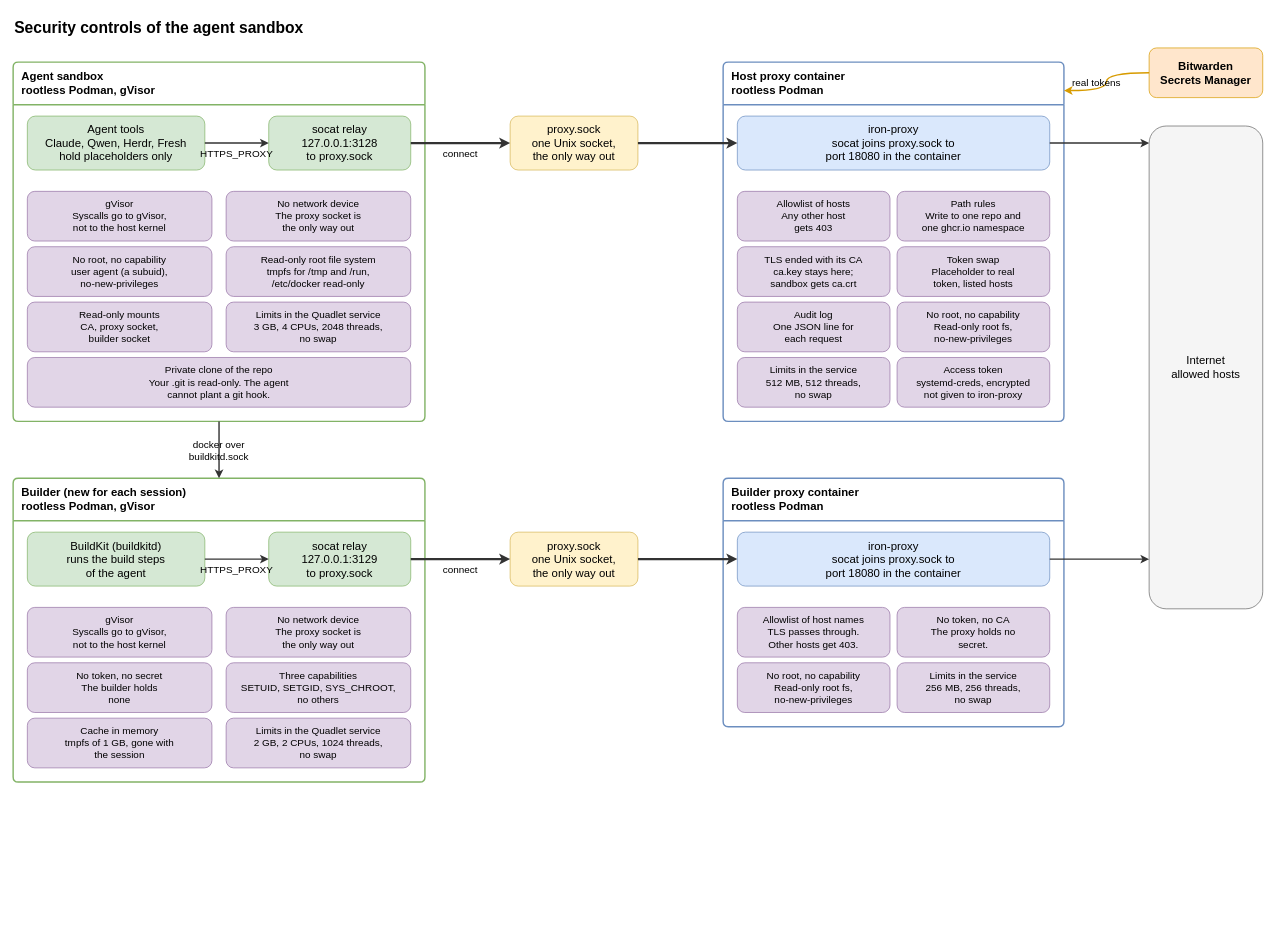
raghav19/engineersdaybook keeps this draw.io diagram as .sandbox/docs/diagrams/security-controls.drawio. Above is the earlier version. Source tidied: cells renumbered, new cells numbered last; positions are measured from the earlier drawing's top-left corner, leaving out a move shared by most shapes. Both pictures are drawn from the tidied source at 71%, with x=0, y=0 at pixel (13, 12).
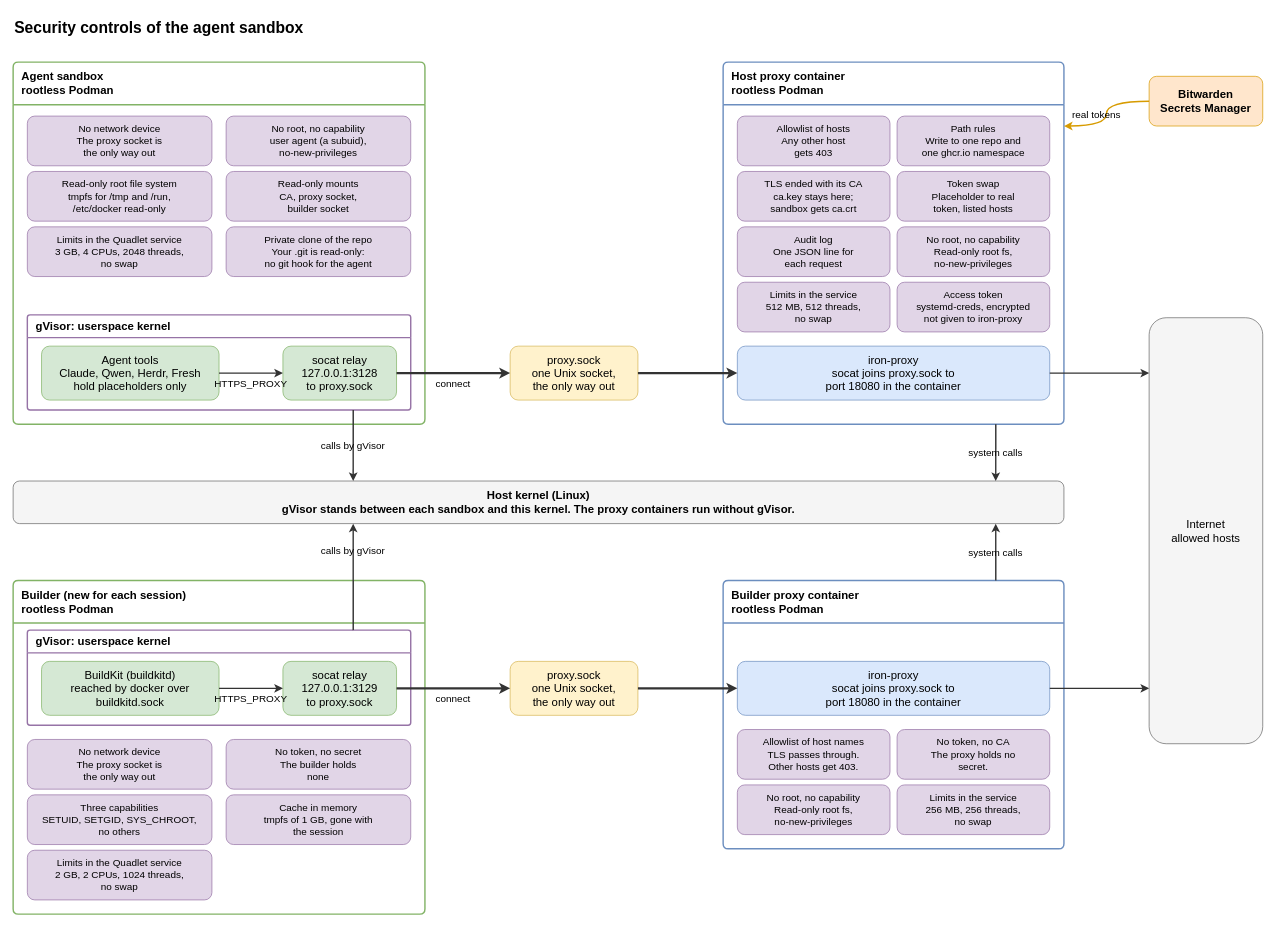
Above is the later version.

Commit message (it also covers changes not shown here):
sandbox: show gVisor and the host kernel in the controls diagram

Each sandbox now has a gVisor box (userspace kernel) around the tools
and the relay. A separate Host kernel box shows that the sandboxes reach
the kernel only through gVisor and that the proxy containers run without
gVisor.

The edit, as a diff of the source:
```diff
@@
-    <mxCell id="3" value="Agent sandbox&#10;rootless Podman, gVisor" style="swimlane;rounded=1;arcSize=4;startSize=60;whiteSpace=wrap;html=0;fontSize=16;fillColor=#ffffff;strokeColor=#82b366;align=left;spacingLeft=10;strokeWidth=2;" parent="1" vertex="1">
-      <mxGeometry y="70" width="580" height="506" as="geometry" />
+    <mxCell id="3" value="Agent sandbox&#10;rootless Podman" style="swimlane;rounded=1;arcSize=4;startSize=60;whiteSpace=wrap;html=0;fontSize=16;fillColor=#ffffff;strokeColor=#82b366;align=left;spacingLeft=10;strokeWidth=2;" parent="1" vertex="1">
+      <mxGeometry y="70" width="580" height="510" as="geometry" />
     </mxCell>
+    <mxCell id="5" value="Host proxy container&#10;rootless Podman" style="swimlane;rounded=1;arcSize=4;startSize=60;whiteSpace=wrap;html=0;fontSize=16;fillColor=#ffffff;strokeColor=#6c8ebf;align=left;spacingLeft=10;strokeWidth=2;" parent="1" vertex="1">
+      <mxGeometry x="1000" y="70" width="480" height="510" as="geometry" />
+    </mxCell>
-    <mxCell id="4" value="Builder (new for each session)&#10;rootless Podman, gVisor" style="swimlane;rounded=1;arcSize=4;startSize=60;whiteSpace=wrap;html=0;fontSize=16;fillColor=#ffffff;strokeColor=#82b366;align=left;spacingLeft=10;strokeWidth=2;" parent="1" vertex="1">
-      <mxGeometry y="656" width="580" height="428" as="geometry" />
+    <mxCell id="4" value="Builder (new for each session)&#10;rootless Podman" style="swimlane;rounded=1;arcSize=4;startSize=60;whiteSpace=wrap;html=0;fontSize=16;fillColor=#ffffff;strokeColor=#82b366;align=left;spacingLeft=10;strokeWidth=2;" parent="1" vertex="1">
+      <mxGeometry y="800" width="580" height="470" as="geometry" />
     </mxCell>
-    <mxCell id="5" value="Host proxy container&#10;rootless Podman" style="swimlane;rounded=1;arcSize=4;startSize=60;whiteSpace=wrap;html=0;fontSize=16;fillColor=#ffffff;strokeColor=#6c8ebf;align=left;spacingLeft=10;strokeWidth=2;" parent="1" vertex="1">
-      <mxGeometry x="1000" y="70" width="480" height="506" as="geometry" />
-    </mxCell>
     <mxCell id="6" value="Builder proxy container&#10;rootless Podman" style="swimlane;rounded=1;arcSize=4;startSize=60;whiteSpace=wrap;html=0;fontSize=16;fillColor=#ffffff;strokeColor=#6c8ebf;align=left;spacingLeft=10;strokeWidth=2;" parent="1" vertex="1">
-      <mxGeometry x="1000" y="656" width="480" height="350" as="geometry" />
+      <mxGeometry x="1000" y="800" width="480" height="378" as="geometry" />
     </mxCell>
-    <mxCell id="7" value="Agent tools&#10;Claude, Qwen, Herdr, Fresh&#10;hold placeholders only" style="rounded=1;whiteSpace=wrap;html=0;fontSize=16;fillColor=#d5e8d4;strokeColor=#82b366;" parent="1" vertex="1">
-      <mxGeometry x="20" y="146" width="250" height="76" as="geometry" />
-    </mxCell>
-    <mxCell id="8" value="socat relay&#10;127.0.0.1:3128&#10;to proxy.sock" style="rounded=1;whiteSpace=wrap;html=0;fontSize=16;fillColor=#d5e8d4;strokeColor=#82b366;" parent="1" vertex="1">
-      <mxGeometry x="360" y="146" width="200" height="76" as="geometry" />
-    </mxCell>
-    <mxCell id="9" value="gVisor&#10;Syscalls go to gVisor,&#10;not to the host kernel" style="rounded=1;whiteSpace=wrap;html=0;fontSize=14;fillColor=#e1d5e7;strokeColor=#9673a6;" parent="1" vertex="1">
-      <mxGeometry x="20" y="252" width="260" height="70" as="geometry" />
-    </mxCell>
+    <mxCell id="52" value="gVisor: userspace kernel" style="swimlane;rounded=1;arcSize=4;startSize=32;whiteSpace=wrap;html=0;fontSize=16;fillColor=#ffffff;strokeColor=#9673a6;align=left;spacingLeft=10;strokeWidth=2;" parent="1" vertex="1">
+      <mxGeometry x="20" y="426" width="540" height="134" as="geometry" />
+    </mxCell>
+    <mxCell id="53" value="gVisor: userspace kernel" style="swimlane;rounded=1;arcSize=4;startSize=32;whiteSpace=wrap;html=0;fontSize=16;fillColor=#ffffff;strokeColor=#9673a6;align=left;spacingLeft=10;strokeWidth=2;" parent="1" vertex="1">
+      <mxGeometry x="20" y="870" width="540" height="134" as="geometry" />
+    </mxCell>
     <mxCell id="10" value="No network device&#10;The proxy socket is&#10;the only way out" style="rounded=1;whiteSpace=wrap;html=0;fontSize=14;fillColor=#e1d5e7;strokeColor=#9673a6;" parent="1" vertex="1">
-      <mxGeometry x="300" y="252" width="260" height="70" as="geometry" />
+      <mxGeometry x="20" y="146" width="260" height="70" as="geometry" />
     </mxCell>
     <mxCell id="11" value="No root, no capability&#10;user agent (a subuid),&#10;no-new-privileges" style="rounded=1;whiteSpace=wrap;html=0;fontSize=14;fillColor=#e1d5e7;strokeColor=#9673a6;" parent="1" vertex="1">
-      <mxGeometry x="20" y="330" width="260" height="70" as="geometry" />
+      <mxGeometry x="300" y="146" width="260" height="70" as="geometry" />
     </mxCell>
     <mxCell id="12" value="Read-only root file system&#10;tmpfs for /tmp and /run,&#10;/etc/docker read-only" style="rounded=1;whiteSpace=wrap;html=0;fontSize=14;fillColor=#e1d5e7;strokeColor=#9673a6;" parent="1" vertex="1">
-      <mxGeometry x="300" y="330" width="260" height="70" as="geometry" />
+      <mxGeometry x="20" y="224" width="260" height="70" as="geometry" />
     </mxCell>
     <mxCell id="13" value="Read-only mounts&#10;CA, proxy socket,&#10;builder socket" style="rounded=1;whiteSpace=wrap;html=0;fontSize=14;fillColor=#e1d5e7;strokeColor=#9673a6;" parent="1" vertex="1">
-      <mxGeometry x="20" y="408" width="260" height="70" as="geometry" />
+      <mxGeometry x="300" y="224" width="260" height="70" as="geometry" />
     </mxCell>
     <mxCell id="14" value="Limits in the Quadlet service&#10;3 GB, 4 CPUs, 2048 threads,&#10;no swap" style="rounded=1;whiteSpace=wrap;html=0;fontSize=14;fillColor=#e1d5e7;strokeColor=#9673a6;" parent="1" vertex="1">
-      <mxGeometry x="300" y="408" width="260" height="70" as="geometry" />
+      <mxGeometry x="20" y="302" width="260" height="70" as="geometry" />
     </mxCell>
-    <mxCell id="15" value="Private clone of the repo&#10;Your .git is read-only. The agent&#10;cannot plant a git hook." style="rounded=1;whiteSpace=wrap;html=0;fontSize=14;fillColor=#e1d5e7;strokeColor=#9673a6;" parent="1" vertex="1">
-      <mxGeometry x="20" y="486" width="540" height="70" as="geometry" />
+    <mxCell id="15" value="Private clone of the repo&#10;Your .git is read-only:&#10;no git hook for the agent" style="rounded=1;whiteSpace=wrap;html=0;fontSize=14;fillColor=#e1d5e7;strokeColor=#9673a6;" parent="1" vertex="1">
+      <mxGeometry x="300" y="302" width="260" height="70" as="geometry" />
     </mxCell>
+    <mxCell id="7" value="Agent tools&#10;Claude, Qwen, Herdr, Fresh&#10;hold placeholders only" style="rounded=1;whiteSpace=wrap;html=0;fontSize=16;fillColor=#d5e8d4;strokeColor=#82b366;" parent="1" vertex="1">
+      <mxGeometry x="40" y="470" width="250" height="76" as="geometry" />
+    </mxCell>
+    <mxCell id="8" value="socat relay&#10;127.0.0.1:3128&#10;to proxy.sock" style="rounded=1;whiteSpace=wrap;html=0;fontSize=16;fillColor=#d5e8d4;strokeColor=#82b366;" parent="1" vertex="1">
+      <mxGeometry x="380" y="470" width="160" height="76" as="geometry" />
+    </mxCell>
-    <mxCell id="16" value="BuildKit (buildkitd)&#10;runs the build steps&#10;of the agent" style="rounded=1;whiteSpace=wrap;html=0;fontSize=16;fillColor=#d5e8d4;strokeColor=#82b366;" parent="1" vertex="1">
-      <mxGeometry x="20" y="732" width="250" height="76" as="geometry" />
+    <mxCell id="16" value="BuildKit (buildkitd)&#10;reached by docker over&#10;buildkitd.sock" style="rounded=1;whiteSpace=wrap;html=0;fontSize=16;fillColor=#d5e8d4;strokeColor=#82b366;" parent="1" vertex="1">
+      <mxGeometry x="40" y="914" width="250" height="76" as="geometry" />
     </mxCell>
     <mxCell id="17" value="socat relay&#10;127.0.0.1:3129&#10;to proxy.sock" style="rounded=1;whiteSpace=wrap;html=0;fontSize=16;fillColor=#d5e8d4;strokeColor=#82b366;" parent="1" vertex="1">
-      <mxGeometry x="360" y="732" width="200" height="76" as="geometry" />
+      <mxGeometry x="380" y="914" width="160" height="76" as="geometry" />
     </mxCell>
-    <mxCell id="18" value="gVisor&#10;Syscalls go to gVisor,&#10;not to the host kernel" style="rounded=1;whiteSpace=wrap;html=0;fontSize=14;fillColor=#e1d5e7;strokeColor=#9673a6;" parent="1" vertex="1">
-      <mxGeometry x="20" y="838" width="260" height="70" as="geometry" />
-    </mxCell>
     <mxCell id="19" value="No network device&#10;The proxy socket is&#10;the only way out" style="rounded=1;whiteSpace=wrap;html=0;fontSize=14;fillColor=#e1d5e7;strokeColor=#9673a6;" parent="1" vertex="1">
-      <mxGeometry x="300" y="838" width="260" height="70" as="geometry" />
+      <mxGeometry x="20" y="1024" width="260" height="70" as="geometry" />
     </mxCell>
     <mxCell id="20" value="No token, no secret&#10;The builder holds&#10;none" style="rounded=1;whiteSpace=wrap;html=0;fontSize=14;fillColor=#e1d5e7;strokeColor=#9673a6;" parent="1" vertex="1">
-      <mxGeometry x="20" y="916" width="260" height="70" as="geometry" />
+      <mxGeometry x="300" y="1024" width="260" height="70" as="geometry" />
     </mxCell>
     <mxCell id="21" value="Three capabilities&#10;SETUID, SETGID, SYS_CHROOT,&#10;no others" style="rounded=1;whiteSpace=wrap;html=0;fontSize=14;fillColor=#e1d5e7;strokeColor=#9673a6;" parent="1" vertex="1">
-      <mxGeometry x="300" y="916" width="260" height="70" as="geometry" />
+      <mxGeometry x="20" y="1102" width="260" height="70" as="geometry" />
     </mxCell>
     <mxCell id="22" value="Cache in memory&#10;tmpfs of 1 GB, gone with&#10;the session" style="rounded=1;whiteSpace=wrap;html=0;fontSize=14;fillColor=#e1d5e7;strokeColor=#9673a6;" parent="1" vertex="1">
-      <mxGeometry x="20" y="994" width="260" height="70" as="geometry" />
+      <mxGeometry x="300" y="1102" width="260" height="70" as="geometry" />
     </mxCell>
     <mxCell id="23" value="Limits in the Quadlet service&#10;2 GB, 2 CPUs, 1024 threads,&#10;no swap" style="rounded=1;whiteSpace=wrap;html=0;fontSize=14;fillColor=#e1d5e7;strokeColor=#9673a6;" parent="1" vertex="1">
-      <mxGeometry x="300" y="994" width="260" height="70" as="geometry" />
+      <mxGeometry x="20" y="1180" width="260" height="70" as="geometry" />
     </mxCell>
     <mxCell id="24" value="proxy.sock&#10;one Unix socket,&#10;the only way out" style="rounded=1;whiteSpace=wrap;html=0;fontSize=16;fillColor=#fff2cc;strokeColor=#d6b656;" parent="1" vertex="1">
-      <mxGeometry x="700" y="146" width="180" height="76" as="geometry" />
+      <mxGeometry x="700" y="470" width="180" height="76" as="geometry" />
     </mxCell>
     <mxCell id="25" value="proxy.sock&#10;one Unix socket,&#10;the only way out" style="rounded=1;whiteSpace=wrap;html=0;fontSize=16;fillColor=#fff2cc;strokeColor=#d6b656;" parent="1" vertex="1">
-      <mxGeometry x="700" y="732" width="180" height="76" as="geometry" />
+      <mxGeometry x="700" y="914" width="180" height="76" as="geometry" />
     </mxCell>
-    <mxCell id="26" value="iron-proxy&#10;socat joins proxy.sock to&#10;port 18080 in the container" style="rounded=1;whiteSpace=wrap;html=0;fontSize=16;fillColor=#dae8fc;strokeColor=#6c8ebf;" parent="1" vertex="1">
-      <mxGeometry x="1020" y="146" width="440" height="76" as="geometry" />
-    </mxCell>
     <mxCell id="27" value="Allowlist of hosts&#10;Any other host&#10;gets 403" style="rounded=1;whiteSpace=wrap;html=0;fontSize=14;fillColor=#e1d5e7;strokeColor=#9673a6;" parent="1" vertex="1">
-      <mxGeometry x="1020" y="252" width="215" height="70" as="geometry" />
+      <mxGeometry x="1020" y="146" width="215" height="70" as="geometry" />
     </mxCell>
     <mxCell id="28" value="Path rules&#10;Write to one repo and&#10;one ghcr.io namespace" style="rounded=1;whiteSpace=wrap;html=0;fontSize=14;fillColor=#e1d5e7;strokeColor=#9673a6;" parent="1" vertex="1">
-      <mxGeometry x="1245" y="252" width="215" height="70" as="geometry" />
+      <mxGeometry x="1245" y="146" width="215" height="70" as="geometry" />
     </mxCell>
     <mxCell id="29" value="TLS ended with its CA&#10;ca.key stays here;&#10;sandbox gets ca.crt" style="rounded=1;whiteSpace=wrap;html=0;fontSize=14;fillColor=#e1d5e7;strokeColor=#9673a6;" parent="1" vertex="1">
-      <mxGeometry x="1020" y="330" width="215" height="70" as="geometry" />
+      <mxGeometry x="1020" y="224" width="215" height="70" as="geometry" />
     </mxCell>
     <mxCell id="30" value="Token swap&#10;Placeholder to real&#10;token, listed hosts" style="rounded=1;whiteSpace=wrap;html=0;fontSize=14;fillColor=#e1d5e7;strokeColor=#9673a6;" parent="1" vertex="1">
-      <mxGeometry x="1245" y="330" width="215" height="70" as="geometry" />
+      <mxGeometry x="1245" y="224" width="215" height="70" as="geometry" />
     </mxCell>
     <mxCell id="31" value="Audit log&#10;One JSON line for&#10;each request" style="rounded=1;whiteSpace=wrap;html=0;fontSize=14;fillColor=#e1d5e7;strokeColor=#9673a6;" parent="1" vertex="1">
-      <mxGeometry x="1020" y="408" width="215" height="70" as="geometry" />
+      <mxGeometry x="1020" y="302" width="215" height="70" as="geometry" />
     </mxCell>
     <mxCell id="32" value="No root, no capability&#10;Read-only root fs,&#10;no-new-privileges" style="rounded=1;whiteSpace=wrap;html=0;fontSize=14;fillColor=#e1d5e7;strokeColor=#9673a6;" parent="1" vertex="1">
-      <mxGeometry x="1245" y="408" width="215" height="70" as="geometry" />
+      <mxGeometry x="1245" y="302" width="215" height="70" as="geometry" />
     </mxCell>
     <mxCell id="33" value="Limits in the service&#10;512 MB, 512 threads,&#10;no swap" style="rounded=1;whiteSpace=wrap;html=0;fontSize=14;fillColor=#e1d5e7;strokeColor=#9673a6;" parent="1" vertex="1">
-      <mxGeometry x="1020" y="486" width="215" height="70" as="geometry" />
+      <mxGeometry x="1020" y="380" width="215" height="70" as="geometry" />
     </mxCell>
     <mxCell id="34" value="Access token&#10;systemd-creds, encrypted&#10;not given to iron-proxy" style="rounded=1;whiteSpace=wrap;html=0;fontSize=14;fillColor=#e1d5e7;strokeColor=#9673a6;" parent="1" vertex="1">
-      <mxGeometry x="1245" y="486" width="215" height="70" as="geometry" />
+      <mxGeometry x="1245" y="380" width="215" height="70" as="geometry" />
     </mxCell>
+    <mxCell id="26" value="iron-proxy&#10;socat joins proxy.sock to&#10;port 18080 in the container" style="rounded=1;whiteSpace=wrap;html=0;fontSize=16;fillColor=#dae8fc;strokeColor=#6c8ebf;" parent="1" vertex="1">
+      <mxGeometry x="1020" y="470" width="440" height="76" as="geometry" />
+    </mxCell>
     <mxCell id="35" value="iron-proxy&#10;socat joins proxy.sock to&#10;port 18080 in the container" style="rounded=1;whiteSpace=wrap;html=0;fontSize=16;fillColor=#dae8fc;strokeColor=#6c8ebf;" parent="1" vertex="1">
-      <mxGeometry x="1020" y="732" width="440" height="76" as="geometry" />
+      <mxGeometry x="1020" y="914" width="440" height="76" as="geometry" />
     </mxCell>
     <mxCell id="36" value="Allowlist of host names&#10;TLS passes through.&#10;Other hosts get 403." style="rounded=1;whiteSpace=wrap;html=0;fontSize=14;fillColor=#e1d5e7;strokeColor=#9673a6;" parent="1" vertex="1">
-      <mxGeometry x="1020" y="838" width="215" height="70" as="geometry" />
+      <mxGeometry x="1020" y="1010" width="215" height="70" as="geometry" />
     </mxCell>
     <mxCell id="37" value="No token, no CA&#10;The proxy holds no&#10;secret." style="rounded=1;whiteSpace=wrap;html=0;fontSize=14;fillColor=#e1d5e7;strokeColor=#9673a6;" parent="1" vertex="1">
-      <mxGeometry x="1245" y="838" width="215" height="70" as="geometry" />
+      <mxGeometry x="1245" y="1010" width="215" height="70" as="geometry" />
     </mxCell>
     <mxCell id="38" value="No root, no capability&#10;Read-only root fs,&#10;no-new-privileges" style="rounded=1;whiteSpace=wrap;html=0;fontSize=14;fillColor=#e1d5e7;strokeColor=#9673a6;" parent="1" vertex="1">
-      <mxGeometry x="1020" y="916" width="215" height="70" as="geometry" />
+      <mxGeometry x="1020" y="1088" width="215" height="70" as="geometry" />
     </mxCell>
     <mxCell id="39" value="Limits in the service&#10;256 MB, 256 threads,&#10;no swap" style="rounded=1;whiteSpace=wrap;html=0;fontSize=14;fillColor=#e1d5e7;strokeColor=#9673a6;" parent="1" vertex="1">
-      <mxGeometry x="1245" y="916" width="215" height="70" as="geometry" />
+      <mxGeometry x="1245" y="1088" width="215" height="70" as="geometry" />
     </mxCell>
+    <mxCell id="54" value="Host kernel (Linux)&#10;gVisor stands between each sandbox and this kernel. The proxy containers run without gVisor." style="rounded=1;whiteSpace=wrap;html=0;fontSize=16;fillColor=#f5f5f5;strokeColor=#666666;fontStyle=1;" parent="1" vertex="1">
+      <mxGeometry y="660" width="1480" height="60" as="geometry" />
+    </mxCell>
     <mxCell id="40" value="Bitwarden&#10;Secrets Manager" style="rounded=1;whiteSpace=wrap;html=0;fontSize=16;fillColor=#ffe6cc;strokeColor=#d79b00;fontStyle=1;" parent="1" vertex="1">
-      <mxGeometry x="1600" y="50" width="160" height="70" as="geometry" />
+      <mxGeometry x="1600" y="90" width="160" height="70" as="geometry" />
     </mxCell>
     <mxCell id="41" value="Internet&#10;allowed hosts" style="rounded=1;whiteSpace=wrap;html=0;fontSize=16;fillColor=#f5f5f5;strokeColor=#666666;" parent="1" vertex="1">
-      <mxGeometry x="1600" y="160" width="160" height="680" as="geometry" />
+      <mxGeometry x="1600" y="430" width="160" height="600" as="geometry" />
     </mxCell>
@@
-    <mxCell id="45" style="edgeStyle=orthogonalEdgeStyle;rounded=1;curved=1;html=0;labelBackgroundColor=none;defaultLabelBackgroundColor=gap;fontSize=14;strokeWidth=2;strokeColor=#333333;exitX=1;exitY=0.5;exitDx=0;exitDy=0;entryX=0;entryY=0.0353;entryDx=0;entryDy=0;" parent="1" edge="1" source="26" target="41">
+    <mxCell id="45" style="edgeStyle=orthogonalEdgeStyle;rounded=1;curved=1;html=0;labelBackgroundColor=none;defaultLabelBackgroundColor=gap;fontSize=14;strokeWidth=2;strokeColor=#333333;exitX=1;exitY=0.5;exitDx=0;exitDy=0;entryX=0;entryY=0.13;entryDx=0;entryDy=0;" parent="1" edge="1" source="26" target="41">
       <mxGeometry y="-14" relative="1" as="geometry" />
     </mxCell>
-    <mxCell id="46" value="real tokens" style="edgeStyle=orthogonalEdgeStyle;rounded=1;curved=1;html=0;labelBackgroundColor=none;defaultLabelBackgroundColor=gap;fontSize=14;strokeWidth=2;strokeColor=#d79b00;exitX=0;exitY=0.5;exitDx=0;exitDy=0;entryX=1;entryY=0.0791;entryDx=0;entryDy=0;" parent="1" edge="1" source="40" target="5">
+    <mxCell id="46" value="real tokens" style="edgeStyle=orthogonalEdgeStyle;rounded=1;curved=1;html=0;labelBackgroundColor=none;defaultLabelBackgroundColor=gap;fontSize=14;strokeWidth=2;strokeColor=#d79b00;exitX=0;exitY=0.5;exitDx=0;exitDy=0;entryX=1;entryY=0.1765;entryDx=0;entryDy=0;" parent="1" edge="1" source="40" target="5">
       <mxGeometry y="-14" relative="1" as="geometry" />
     </mxCell>
@@
-    <mxCell id="50" style="edgeStyle=orthogonalEdgeStyle;rounded=1;curved=1;html=0;labelBackgroundColor=none;defaultLabelBackgroundColor=gap;fontSize=14;strokeWidth=2;strokeColor=#333333;exitX=1;exitY=0.5;exitDx=0;exitDy=0;entryX=0;entryY=0.8971;entryDx=0;entryDy=0;" parent="1" edge="1" source="35" target="41">
+    <mxCell id="50" style="edgeStyle=orthogonalEdgeStyle;rounded=1;curved=1;html=0;labelBackgroundColor=none;defaultLabelBackgroundColor=gap;fontSize=14;strokeWidth=2;strokeColor=#333333;exitX=1;exitY=0.5;exitDx=0;exitDy=0;entryX=0;entryY=0.87;entryDx=0;entryDy=0;" parent="1" edge="1" source="35" target="41">
       <mxGeometry y="-14" relative="1" as="geometry" />
     </mxCell>
-    <mxCell id="51" value="docker over&#10;buildkitd.sock" style="edgeStyle=orthogonalEdgeStyle;rounded=1;curved=1;html=0;labelBackgroundColor=none;defaultLabelBackgroundColor=gap;fontSize=14;strokeWidth=2;strokeColor=#333333;exitX=0.5;exitY=1;exitDx=0;exitDy=0;entryX=0.5;entryY=0;entryDx=0;entryDy=0;" parent="1" edge="1" source="3" target="4">
-      <mxGeometry relative="1" as="geometry" />
-    </mxCell>
+    <mxCell id="55" value="calls by gVisor" style="edgeStyle=orthogonalEdgeStyle;rounded=1;curved=1;html=0;labelBackgroundColor=none;defaultLabelBackgroundColor=gap;fontSize=14;strokeWidth=2;strokeColor=#333333;exitX=0.85;exitY=1;exitDx=0;exitDy=0;entryX=0.3236;entryY=0;entryDx=0;entryDy=0;" parent="1" edge="1" source="52" target="54">
+      <mxGeometry relative="1" as="geometry" />
+    </mxCell>
+    <mxCell id="56" value="calls by gVisor" style="edgeStyle=orthogonalEdgeStyle;rounded=1;curved=1;html=0;labelBackgroundColor=none;defaultLabelBackgroundColor=gap;fontSize=14;strokeWidth=2;strokeColor=#333333;exitX=0.85;exitY=0;exitDx=0;exitDy=0;entryX=0.3236;entryY=1;entryDx=0;entryDy=0;" parent="1" edge="1" source="53" target="54">
+      <mxGeometry x="0.5" relative="1" as="geometry" />
+    </mxCell>
+    <mxCell id="57" value="system calls" style="edgeStyle=orthogonalEdgeStyle;rounded=1;curved=1;html=0;labelBackgroundColor=none;defaultLabelBackgroundColor=gap;fontSize=14;strokeWidth=2;strokeColor=#333333;exitX=0.8;exitY=1;exitDx=0;exitDy=0;entryX=0.9351;entryY=0;entryDx=0;entryDy=0;" parent="1" edge="1" source="5" target="54">
+      <mxGeometry relative="1" as="geometry" />
+    </mxCell>
+    <mxCell id="58" value="system calls" style="edgeStyle=orthogonalEdgeStyle;rounded=1;curved=1;html=0;labelBackgroundColor=none;defaultLabelBackgroundColor=gap;fontSize=14;strokeWidth=2;strokeColor=#333333;exitX=0.8;exitY=0;exitDx=0;exitDy=0;entryX=0.9351;entryY=1;entryDx=0;entryDy=0;" parent="1" edge="1" source="6" target="54">
+      <mxGeometry relative="1" as="geometry" />
+    </mxCell>
```
